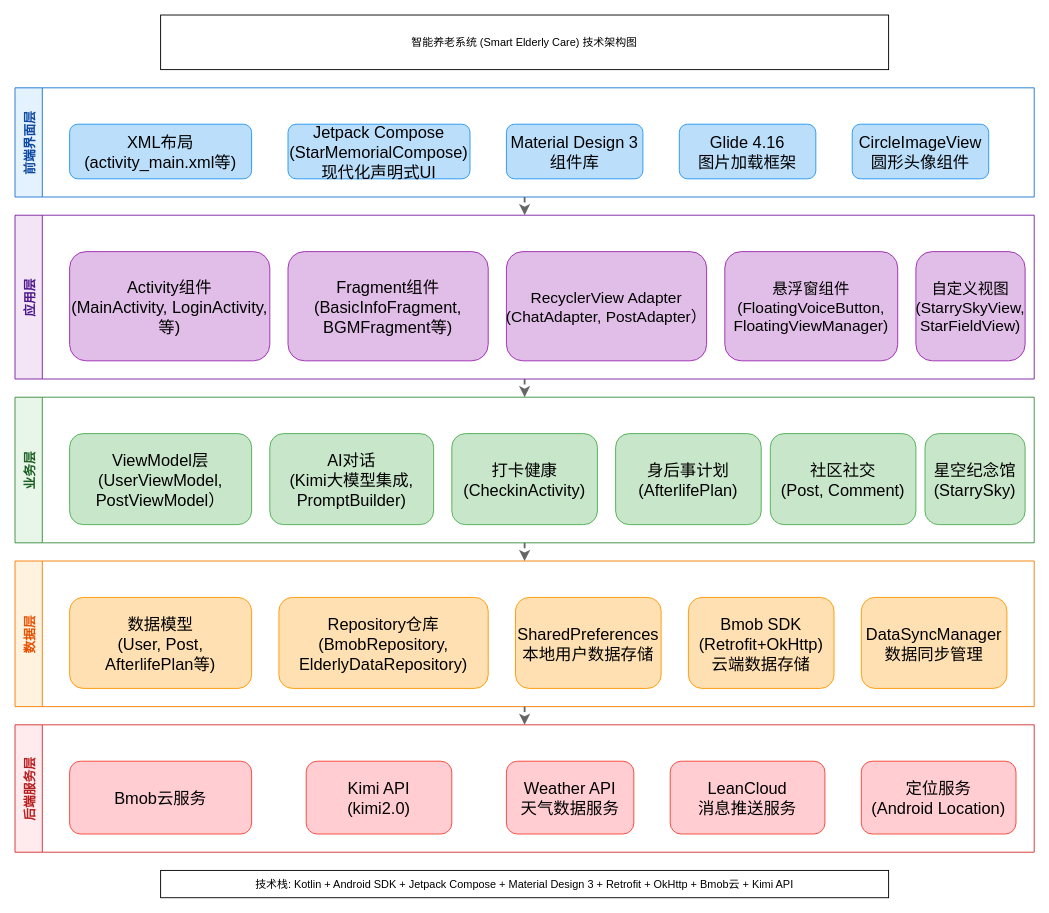
Earlier version of the draw.io diagram docs/system_architecture.drawio (Qiu0106/GoodLife). Source tidied: cells renumbered, new cells numbered last; positions are measured from the earlier drawing's top-left corner, leaving out a move shared by most shapes. Both pictures are drawn from the tidied source at 91%, with x=0, y=0 at pixel (15, 15).
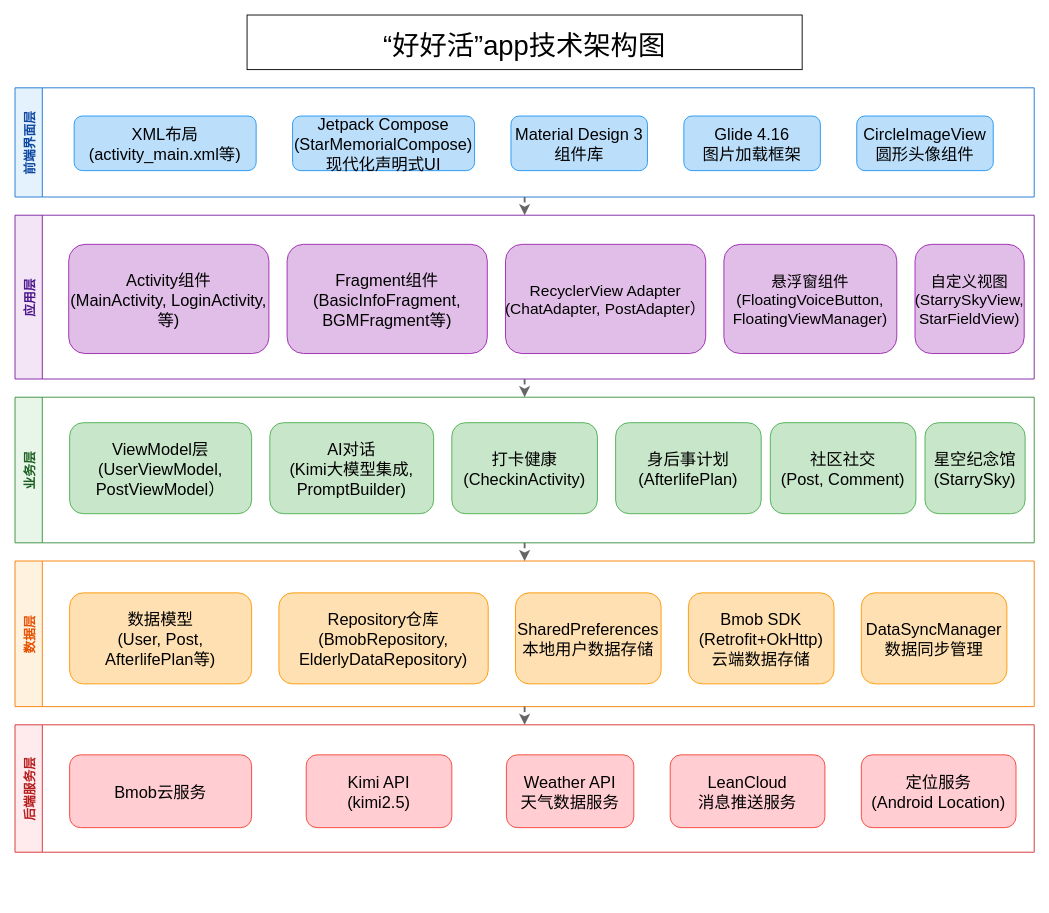
The same diagram, later.

Unchanged cells that the change refers to:
```xml
<mxCell id="3" value="前端界面层" style="swimlane;horizontal=0;fillColor=#E3F2FD;strokeColor=#1976D2;fontColor=#0D47A1;fontStyle=1;fontSize=14;verticalAlign=middle;textDirection=rtl;startSize=30;" parent="1" vertex="1">
  <mxGeometry y="80" width="1120" height="120" as="geometry" />
</mxCell>
<mxCell id="9" value="应用层" style="swimlane;horizontal=0;fillColor=#F3E5F5;strokeColor=#7B1FA2;fontColor=#4A148C;fontStyle=1;fontSize=14;startSize=30;" parent="1" vertex="1">
  <mxGeometry y="220" width="1120" height="180" as="geometry" />
</mxCell>
<mxCell id="15" value="业务层" style="swimlane;horizontal=0;fillColor=#E8F5E9;strokeColor=#388E3C;fontColor=#1B5E20;fontStyle=1;fontSize=14;startSize=30;" parent="1" vertex="1">
  <mxGeometry y="420" width="1120" height="160" as="geometry" />
</mxCell>
<mxCell id="22" value="数据层" style="swimlane;horizontal=0;fillColor=#FFF3E0;strokeColor=#F57C00;fontColor=#E65100;fontStyle=1;fontSize=14;startSize=30;" parent="1" vertex="1">
  <mxGeometry y="600" width="1120" height="160" as="geometry" />
</mxCell>
<mxCell id="28" value="后端服务层" style="swimlane;horizontal=0;fillColor=#FFEBEE;strokeColor=#D32F2F;fontColor=#B71C1C;fontStyle=1;fontSize=14;startSize=30;verticalAlign=middle;labelPosition=center;verticalLabelPosition=middle;align=center;" parent="1" vertex="1">
  <mxGeometry y="780" width="1120" height="140" as="geometry" />
</mxCell>
```

Change to the diagram source:
```diff
@@
-    <mxCell id="2" value="智能养老系统 (Smart Elderly Care) 技术架构图" parent="1" vertex="1">
-      <mxGeometry x="160" width="800" height="60" as="geometry" />
+    <mxCell id="2" value="“好好活”app技术架构图" style="fontSize=30;" parent="1" vertex="1">
+      <mxGeometry x="255" width="610" height="60" as="geometry" />
     </mxCell>
@@
     <mxCell id="4" value="XML布局&#10;(activity_main.xml等)" style="rounded=1;fillColor=#BBDEFB;strokeColor=#2196F3;align=center;verticalAlign=middle;fontSize=18;" parent="3" vertex="1">
-      <mxGeometry x="60" y="40" width="200" height="60" as="geometry" />
+      <mxGeometry x="65" y="31" width="200" height="60" as="geometry" />
     </mxCell>
     <mxCell id="5" value="Jetpack Compose&#10;(StarMemorialCompose)&#10;现代化声明式UI" style="rounded=1;fillColor=#BBDEFB;strokeColor=#2196F3;align=center;verticalAlign=middle;fontSize=18;" parent="3" vertex="1">
-      <mxGeometry x="300" y="40" width="200" height="60" as="geometry" />
+      <mxGeometry x="305" y="31" width="200" height="60" as="geometry" />
     </mxCell>
     <mxCell id="6" value="Material Design 3&#10;组件库" style="rounded=1;fillColor=#BBDEFB;strokeColor=#2196F3;align=center;verticalAlign=middle;fontSize=18;" parent="3" vertex="1">
-      <mxGeometry x="540" y="40" width="150" height="60" as="geometry" />
+      <mxGeometry x="545" y="31" width="150" height="60" as="geometry" />
     </mxCell>
     <mxCell id="7" value="Glide 4.16&#10;图片加载框架" style="rounded=1;fillColor=#BBDEFB;strokeColor=#2196F3;align=center;verticalAlign=middle;fontSize=18;" parent="3" vertex="1">
-      <mxGeometry x="730" y="40" width="150" height="60" as="geometry" />
+      <mxGeometry x="735" y="31" width="150" height="60" as="geometry" />
     </mxCell>
     <mxCell id="8" value="CircleImageView&#10;圆形头像组件" style="rounded=1;fillColor=#BBDEFB;strokeColor=#2196F3;align=center;verticalAlign=middle;fontSize=18;" parent="3" vertex="1">
-      <mxGeometry x="920" y="40" width="150" height="60" as="geometry" />
+      <mxGeometry x="925" y="31" width="150" height="60" as="geometry" />
     </mxCell>
@@
     <mxCell id="10" value="Activity组件&#10;(MainActivity, LoginActivity,&#10;等)" style="rounded=1;fillColor=#E1BEE7;strokeColor=#9C27B0;align=center;verticalAlign=middle;fontSize=18;" parent="9" vertex="1">
-      <mxGeometry x="60" y="40" width="220" height="120" as="geometry" />
+      <mxGeometry x="59" y="32" width="220" height="120" as="geometry" />
     </mxCell>
     <mxCell id="11" value="Fragment组件&#10;(BasicInfoFragment,&#10;BGMFragment等)" style="rounded=1;fillColor=#E1BEE7;strokeColor=#9C27B0;align=center;verticalAlign=middle;fontSize=18;" parent="9" vertex="1">
-      <mxGeometry x="300" y="40" width="220" height="120" as="geometry" />
+      <mxGeometry x="299" y="32" width="220" height="120" as="geometry" />
     </mxCell>
     <mxCell id="12" value="RecyclerView Adapter&#10;(ChatAdapter, PostAdapter）" style="rounded=1;fillColor=#E1BEE7;strokeColor=#9C27B0;align=center;verticalAlign=middle;fontSize=17;" parent="9" vertex="1">
-      <mxGeometry x="540" y="40" width="220" height="120" as="geometry" />
+      <mxGeometry x="539" y="32" width="220" height="120" as="geometry" />
     </mxCell>
     <mxCell id="13" value="悬浮窗组件&#10;(FloatingVoiceButton,&#10;FloatingViewManager)" style="rounded=1;fillColor=#E1BEE7;strokeColor=#9C27B0;align=center;verticalAlign=middle;fontSize=17;" parent="9" vertex="1">
-      <mxGeometry x="780" y="40" width="190" height="120" as="geometry" />
+      <mxGeometry x="779" y="32" width="190" height="120" as="geometry" />
     </mxCell>
     <mxCell id="14" value="自定义视图&#10;(StarrySkyView,&#10;StarFieldView)" style="rounded=1;fillColor=#E1BEE7;strokeColor=#9C27B0;align=center;verticalAlign=middle;fontSize=17;" parent="9" vertex="1">
-      <mxGeometry x="990" y="40" width="120" height="120" as="geometry" />
+      <mxGeometry x="989" y="32" width="120" height="120" as="geometry" />
     </mxCell>
@@
     <mxCell id="16" value="ViewModel层&#10;(UserViewModel,&#10;PostViewModel）" style="rounded=1;fillColor=#C8E6C9;strokeColor=#4CAF50;align=center;verticalAlign=middle;fontSize=18;" parent="15" vertex="1">
-      <mxGeometry x="60" y="40" width="200" height="100" as="geometry" />
+      <mxGeometry x="60" y="28" width="200" height="100" as="geometry" />
     </mxCell>
     <mxCell id="17" value="AI对话&#10;(Kimi大模型集成,&#10;PromptBuilder)" style="rounded=1;fillColor=#C8E6C9;strokeColor=#4CAF50;align=center;verticalAlign=middle;fontSize=18;" parent="15" vertex="1">
-      <mxGeometry x="280" y="40" width="180" height="100" as="geometry" />
+      <mxGeometry x="280" y="28" width="180" height="100" as="geometry" />
     </mxCell>
     <mxCell id="18" value="打卡健康&#10;(CheckinActivity)" style="rounded=1;fillColor=#C8E6C9;strokeColor=#4CAF50;align=center;verticalAlign=middle;fontSize=18;" parent="15" vertex="1">
-      <mxGeometry x="480" y="40" width="160" height="100" as="geometry" />
+      <mxGeometry x="480" y="28" width="160" height="100" as="geometry" />
     </mxCell>
     <mxCell id="19" value="身后事计划&#10;(AfterlifePlan)" style="rounded=1;fillColor=#C8E6C9;strokeColor=#4CAF50;align=center;verticalAlign=middle;fontSize=18;" parent="15" vertex="1">
-      <mxGeometry x="660" y="40" width="160" height="100" as="geometry" />
+      <mxGeometry x="660" y="28" width="160" height="100" as="geometry" />
     </mxCell>
     <mxCell id="20" value="社区社交&#10;(Post, Comment)" style="rounded=1;fillColor=#C8E6C9;strokeColor=#4CAF50;align=center;verticalAlign=middle;fontSize=18;" parent="15" vertex="1">
-      <mxGeometry x="830" y="40" width="160" height="100" as="geometry" />
+      <mxGeometry x="830" y="28" width="160" height="100" as="geometry" />
     </mxCell>
     <mxCell id="21" value="星空纪念馆&#10;(StarrySky)" style="rounded=1;fillColor=#C8E6C9;strokeColor=#4CAF50;align=center;verticalAlign=middle;fontSize=18;" parent="15" vertex="1">
-      <mxGeometry x="1000" y="40" width="110" height="100" as="geometry" />
+      <mxGeometry x="1000" y="28" width="110" height="100" as="geometry" />
     </mxCell>
@@
     <mxCell id="23" value="数据模型&#10;(User, Post,&#10;AfterlifePlan等)" style="rounded=1;fillColor=#FFE0B2;strokeColor=#FF9800;align=center;verticalAlign=middle;fontSize=18;" parent="22" vertex="1">
-      <mxGeometry x="60" y="40" width="200" height="100" as="geometry" />
+      <mxGeometry x="60" y="35" width="200" height="100" as="geometry" />
     </mxCell>
     <mxCell id="24" value="Repository仓库&#10;(BmobRepository,&#10;ElderlyDataRepository)" style="rounded=1;fillColor=#FFE0B2;strokeColor=#FF9800;align=center;verticalAlign=middle;fontSize=18;" parent="22" vertex="1">
-      <mxGeometry x="290" y="40" width="230" height="100" as="geometry" />
+      <mxGeometry x="290" y="35" width="230" height="100" as="geometry" />
     </mxCell>
     <mxCell id="25" value="SharedPreferences&#10;本地用户数据存储" style="rounded=1;fillColor=#FFE0B2;strokeColor=#FF9800;align=center;verticalAlign=middle;fontSize=18;" parent="22" vertex="1">
-      <mxGeometry x="550" y="40" width="160" height="100" as="geometry" />
+      <mxGeometry x="550" y="35" width="160" height="100" as="geometry" />
     </mxCell>
     <mxCell id="26" value="Bmob SDK&#10;(Retrofit+OkHttp)&#10;云端数据存储" style="rounded=1;fillColor=#FFE0B2;strokeColor=#FF9800;align=center;verticalAlign=middle;fontSize=18;" parent="22" vertex="1">
-      <mxGeometry x="740" y="40" width="160" height="100" as="geometry" />
+      <mxGeometry x="740" y="35" width="160" height="100" as="geometry" />
     </mxCell>
     <mxCell id="27" value="DataSyncManager&#10;数据同步管理" style="rounded=1;fillColor=#FFE0B2;strokeColor=#FF9800;align=center;verticalAlign=middle;fontSize=18;" parent="22" vertex="1">
-      <mxGeometry x="930" y="40" width="160" height="100" as="geometry" />
+      <mxGeometry x="930" y="35" width="160" height="100" as="geometry" />
     </mxCell>
@@
     <mxCell id="29" value="Bmob云服务" style="rounded=1;fillColor=#FFCDD2;strokeColor=#F44336;align=center;verticalAlign=middle;fontSize=18;" parent="28" vertex="1">
-      <mxGeometry x="60" y="40" width="200" height="80" as="geometry" />
+      <mxGeometry x="60" y="33" width="200" height="80" as="geometry" />
     </mxCell>
-    <mxCell id="30" value="Kimi API&#10;(kimi2.0)" style="rounded=1;fillColor=#FFCDD2;strokeColor=#F44336;align=center;verticalAlign=middle;fontSize=18;" parent="28" vertex="1">
-      <mxGeometry x="320" y="40" width="160" height="80" as="geometry" />
+    <mxCell id="30" value="Kimi API&#10;(kimi2.5)" style="rounded=1;fillColor=#FFCDD2;strokeColor=#F44336;align=center;verticalAlign=middle;fontSize=18;" parent="28" vertex="1">
+      <mxGeometry x="320" y="33" width="160" height="80" as="geometry" />
     </mxCell>
     <mxCell id="31" value="Weather API&#10;天气数据服务" style="rounded=1;fillColor=#FFCDD2;strokeColor=#F44336;align=center;verticalAlign=middle;fontSize=18;" parent="28" vertex="1">
-      <mxGeometry x="540" y="40" width="140" height="80" as="geometry" />
+      <mxGeometry x="540" y="33" width="140" height="80" as="geometry" />
     </mxCell>
     <mxCell id="32" value="LeanCloud&#10;消息推送服务" style="rounded=1;fillColor=#FFCDD2;strokeColor=#F44336;align=center;verticalAlign=middle;fontSize=18;" parent="28" vertex="1">
-      <mxGeometry x="720" y="40" width="170" height="80" as="geometry" />
+      <mxGeometry x="720" y="33" width="170" height="80" as="geometry" />
     </mxCell>
     <mxCell id="33" value="定位服务&#10;(Android Location)" style="rounded=1;fillColor=#FFCDD2;strokeColor=#F44336;align=center;verticalAlign=middle;fontSize=18;" parent="28" vertex="1">
-      <mxGeometry x="930" y="40" width="170" height="80" as="geometry" />
+      <mxGeometry x="930" y="33" width="170" height="80" as="geometry" />
     </mxCell>
@@
-    <mxCell id="38" value="技术栈: Kotlin + Android SDK + Jetpack Compose + Material Design 3 + Retrofit + OkHttp + Bmob云 + Kimi API" parent="1" vertex="1">
-      <mxGeometry x="160" y="940" width="800" height="30" as="geometry" />
-    </mxCell>
```
